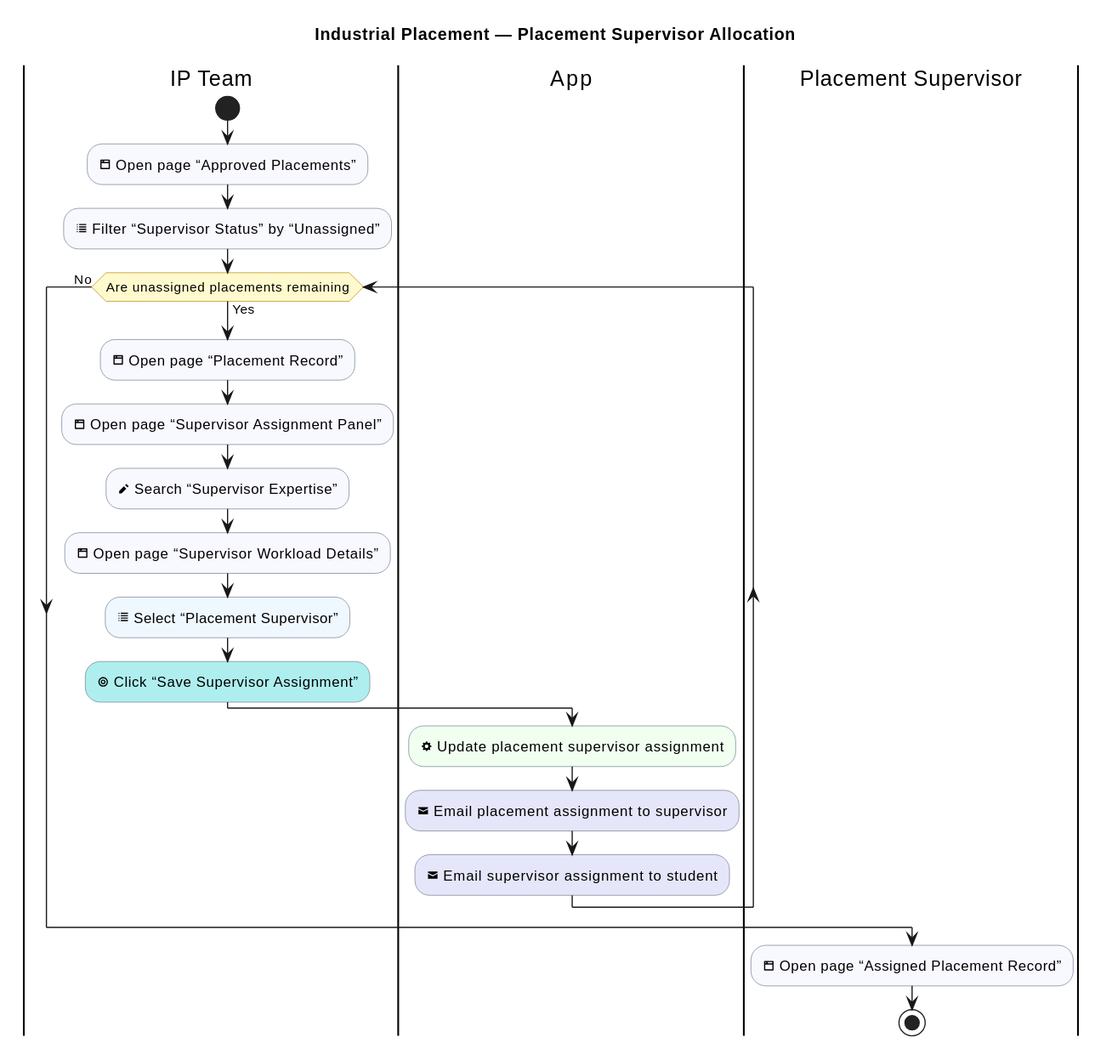
The PlantUML diagram industrial-placement-group-project/diagrams/industrial-placement/supervisor-allocation.svg in sdflkjssl/sdflkjssl.github.io, before a commit.
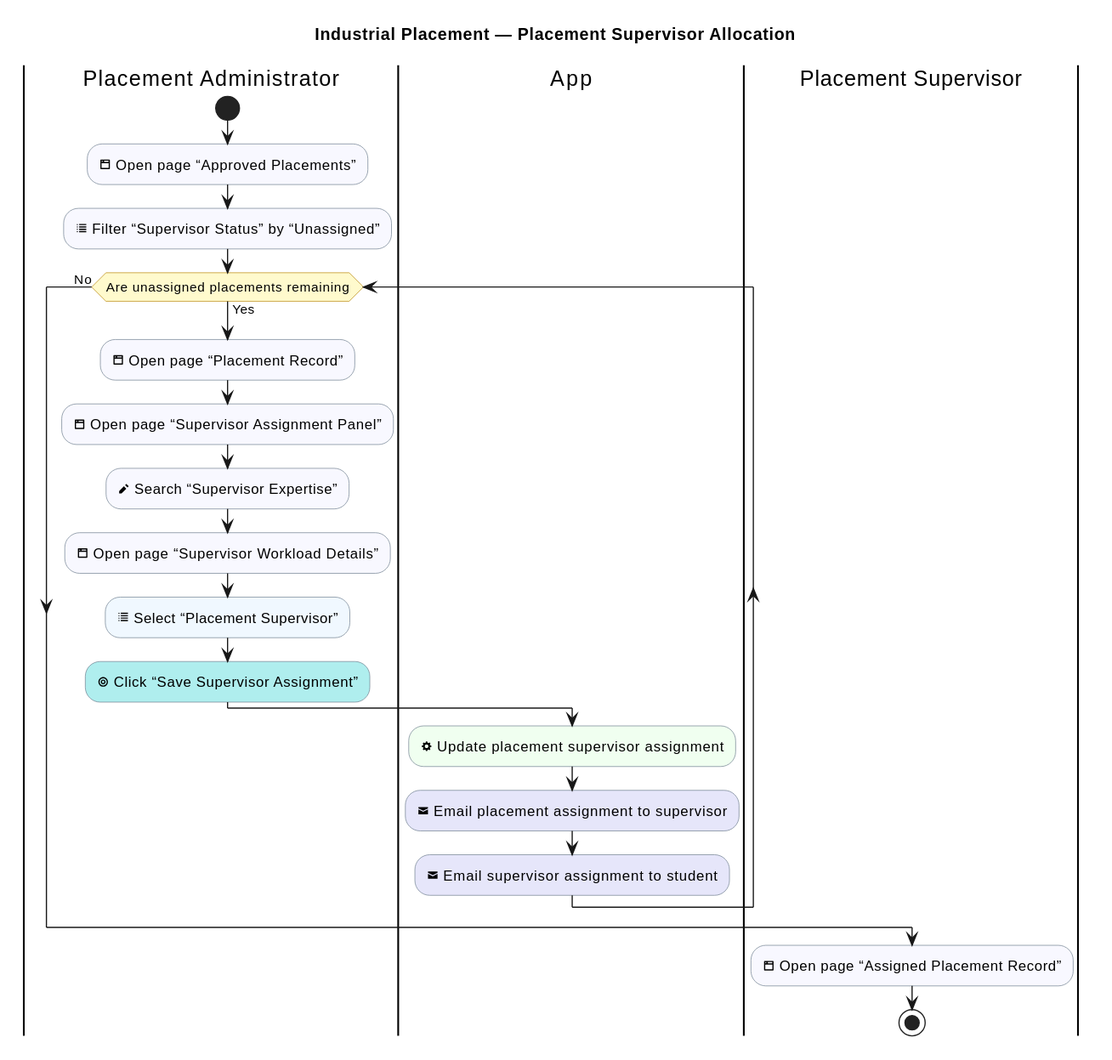
Above is the later version.

Change to the diagram source:
```diff
@@ -7,11 +7,11 @@
 skinparam activityDiamondBackgroundColor LemonChiffon
 skinparam activityDiamondBorderColor DarkGoldenRod
 
-|IP Team|
+|Placement Administrator|
 |App|
 |Placement Supervisor|
 
-|IP Team|
+|Placement Administrator|
 start
 :<&browser> Open page “Approved Placements”; <<#GhostWhite>>
 :<&list> Filter “Supervisor Status” by “Unassigned”; <<#GhostWhite>>
@@ -26,7 +26,7 @@
   :<&cog> Update placement supervisor assignment; <<#HoneyDew>>
   :<&envelope-closed> Email placement assignment to supervisor; <<#Lavender>>
   :<&envelope-closed> Email supervisor assignment to student; <<#Lavender>>
-  |IP Team|
+  |Placement Administrator|
 endwhile (No)
 
 |Placement Supervisor|
```
